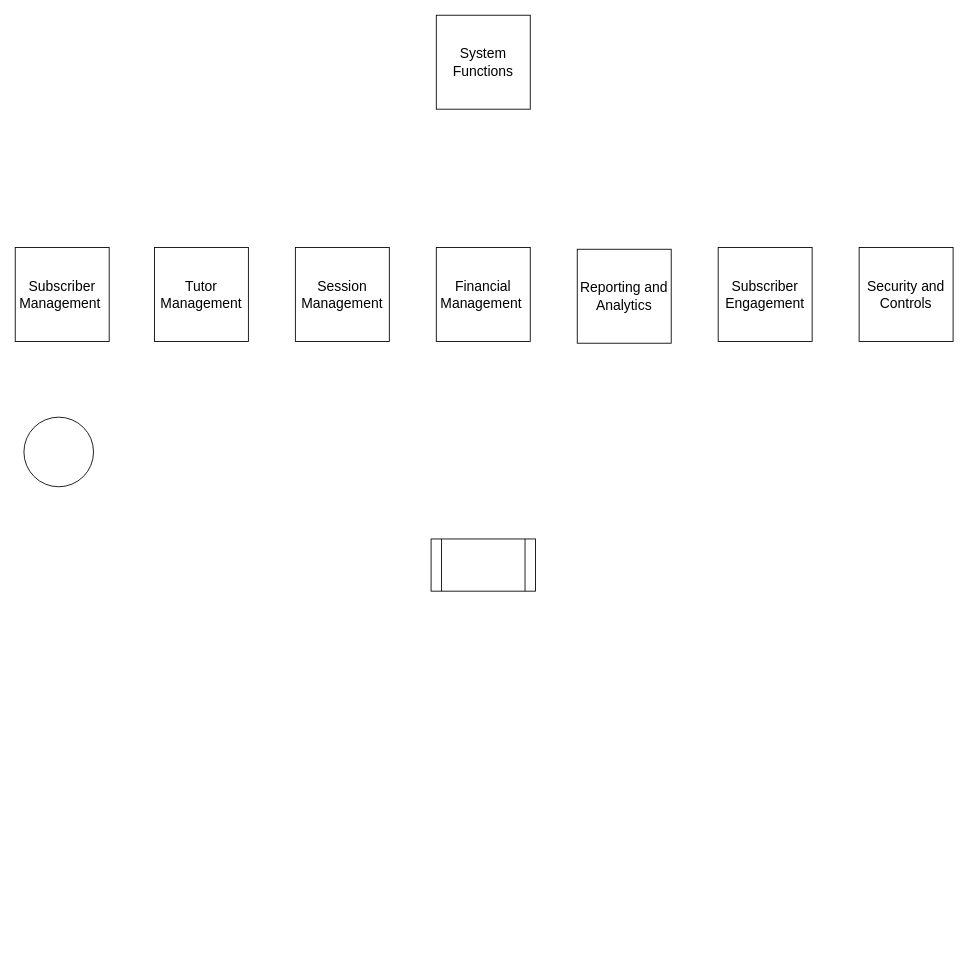
Above: page "Entries" (1 of 4) of Untitled Diagram.drawio in MarvellousO/CMSC-203 (draw.io), before the change. Source tidied: cells renumbered, new cells numbered last; positions are measured from the earlier drawing's top-left corner, leaving out a move shared by most shapes. Both pictures are drawn from the tidied source at 87%, with x=0, y=0 at pixel (15, 15).
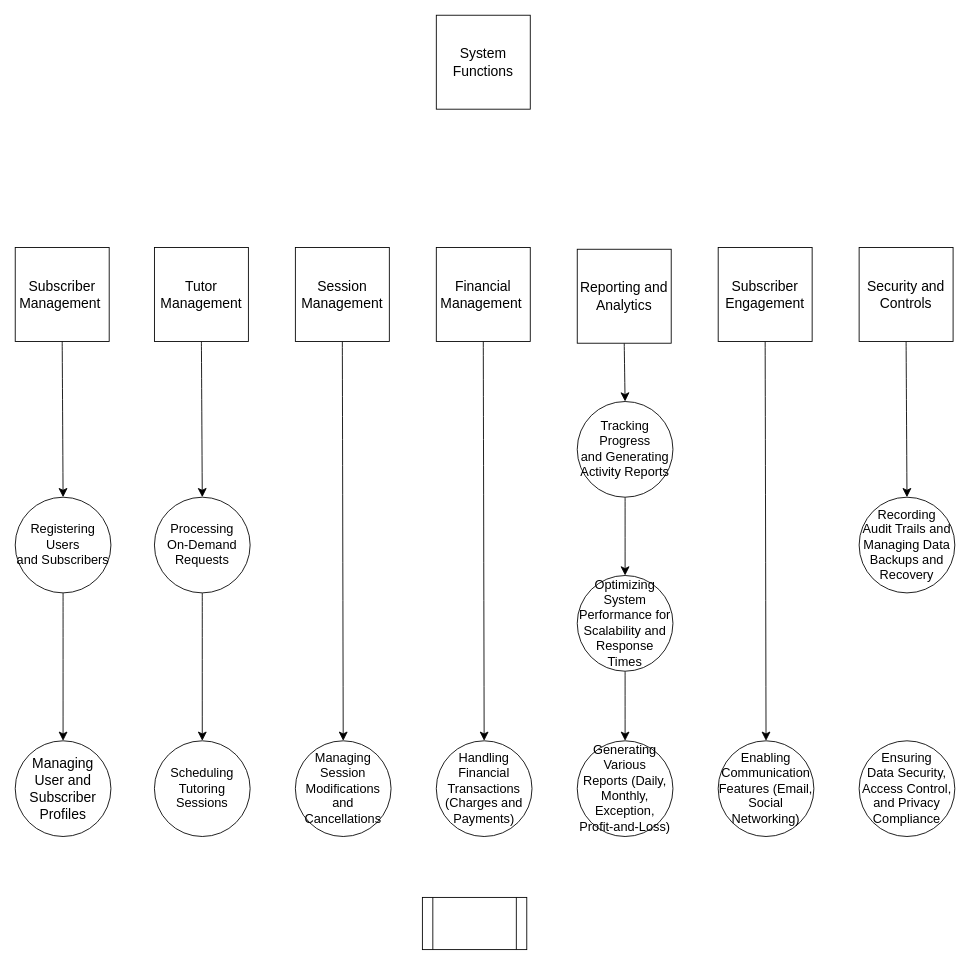
The same page after the edit.

The change refers to these unchanged cells:
```xml
<mxCell id="2" value="Subscriber Management&amp;nbsp;" style="whiteSpace=wrap;html=1;fontSize=16;" parent="1" vertex="1">
  <mxGeometry y="267" width="108" height="108" as="geometry" />
</mxCell>
<mxCell id="6" value="Financial Management&amp;nbsp;" style="whiteSpace=wrap;html=1;fontSize=16;" parent="1" vertex="1">
  <mxGeometry x="484" y="267" width="108" height="108" as="geometry" />
</mxCell>
<mxCell id="7" value="Tutor Management" style="whiteSpace=wrap;html=1;fontSize=16;" parent="1" vertex="1">
  <mxGeometry x="160" y="267" width="108" height="108" as="geometry" />
</mxCell>
<mxCell id="8" value="Session Management" style="whiteSpace=wrap;html=1;fontSize=16;" parent="1" vertex="1">
  <mxGeometry x="322" y="267" width="108" height="108" as="geometry" />
</mxCell>
<mxCell id="9" value="Reporting and Analytics" style="whiteSpace=wrap;html=1;fontSize=16;" parent="1" vertex="1">
  <mxGeometry x="646" y="269" width="108" height="108" as="geometry" />
</mxCell>
<mxCell id="10" value="Subscriber Engagement" style="whiteSpace=wrap;html=1;fontSize=16;" parent="1" vertex="1">
  <mxGeometry x="808" y="267" width="108" height="108" as="geometry" />
</mxCell>
<mxCell id="11" value="Security and Controls" style="whiteSpace=wrap;html=1;fontSize=16;" parent="1" vertex="1">
  <mxGeometry x="970" y="267" width="108" height="108" as="geometry" />
</mxCell>
```

The edit, as a diff of the source:
```diff
@@
+    <mxCell id="12" style="edgeStyle=none;curved=1;rounded=0;orthogonalLoop=1;jettySize=auto;html=1;exitX=0.5;exitY=1;exitDx=0;exitDy=0;fontSize=12;startSize=8;endSize=8;entryX=0.5;entryY=0;entryDx=0;entryDy=0;" parent="1" edge="1" source="35" target="35">
+      <mxGeometry relative="1" as="geometry" />
+    </mxCell>
@@
-    <mxCell id="3" style="ellipse;whiteSpace=wrap;html=1;fontSize=16;" parent="1" vertex="1">
-      <mxGeometry x="10" y="462" width="80" height="80" as="geometry" />
-    </mxCell>
     <mxCell id="4" style="shape=process;whiteSpace=wrap;html=1;backgroundOutline=1;fontSize=16;" parent="1" vertex="1">
-      <mxGeometry x="478" y="602" width="120" height="60" as="geometry" />
+      <mxGeometry x="468" y="1014" width="120" height="60" as="geometry" />
     </mxCell>
@@
+    <mxCell id="13" style="edgeStyle=none;curved=1;rounded=0;jettySize=auto;html=1;exitX=0.5;exitY=1;exitDx=0;exitDy=0;entryX=0.5;entryY=0;entryDx=0;entryDy=0;fontSize=12;startSize=8;endSize=8;" parent="1" edge="1" source="6" target="24">
+      <mxGeometry relative="1" as="geometry" />
+    </mxCell>
@@
+    <mxCell id="14" style="edgeStyle=none;curved=1;rounded=0;jettySize=auto;html=1;exitX=0.5;exitY=1;exitDx=0;exitDy=0;fontSize=12;startSize=8;endSize=8;entryX=0.5;entryY=0;entryDx=0;entryDy=0;" parent="1" edge="1" source="7" target="22">
+      <mxGeometry relative="1" as="geometry" />
+    </mxCell>
@@
+    <mxCell id="15" style="edgeStyle=none;curved=1;rounded=0;jettySize=auto;html=1;exitX=0.5;exitY=1;exitDx=0;exitDy=0;entryX=0.5;entryY=0;entryDx=0;entryDy=0;fontSize=12;startSize=8;endSize=8;" parent="1" edge="1" source="8" target="23">
+      <mxGeometry relative="1" as="geometry" />
+    </mxCell>
@@
+    <mxCell id="16" style="edgeStyle=none;curved=1;rounded=0;jettySize=auto;html=1;exitX=0.5;exitY=1;exitDx=0;exitDy=0;entryX=0.5;entryY=0;entryDx=0;entryDy=0;fontSize=12;startSize=8;endSize=8;" parent="1" edge="1" source="9" target="28">
+      <mxGeometry relative="1" as="geometry" />
+    </mxCell>
@@
+    <mxCell id="17" style="edgeStyle=none;curved=1;rounded=0;jettySize=auto;html=1;exitX=0.5;exitY=1;exitDx=0;exitDy=0;entryX=0.5;entryY=0;entryDx=0;entryDy=0;fontSize=12;startSize=8;endSize=8;" parent="1" edge="1" source="10" target="26">
+      <mxGeometry relative="1" as="geometry" />
+    </mxCell>
@@
+    <mxCell id="18" style="edgeStyle=none;curved=1;rounded=0;jettySize=auto;html=1;exitX=0.5;exitY=1;exitDx=0;exitDy=0;entryX=0.5;entryY=0;entryDx=0;entryDy=0;fontSize=12;startSize=8;endSize=8;" parent="1" edge="1" source="11" target="32">
+      <mxGeometry relative="1" as="geometry" />
+    </mxCell>
@@
+    <mxCell id="19" value="Managing&lt;br/&gt;User and Subscriber Profiles" style="ellipse;whiteSpace=wrap;html=1;fontSize=16;" parent="1" vertex="1">
+      <mxGeometry y="834" width="110" height="110" as="geometry" />
+    </mxCell>
+    <mxCell id="20" value="&lt;p style=&quot;margin:0in;font-family:Calibri;font-size:11.0pt&quot;&gt;Scheduling Tutoring&lt;br/&gt;Sessions&lt;/p&gt;" style="ellipse;whiteSpace=wrap;html=1;fontSize=16;" parent="1" vertex="1">
+      <mxGeometry x="160" y="834" width="110" height="110" as="geometry" />
+    </mxCell>
+    <mxCell id="21" style="edgeStyle=none;curved=1;rounded=0;jettySize=auto;html=1;exitX=0.5;exitY=1;exitDx=0;exitDy=0;entryX=0.5;entryY=0;entryDx=0;entryDy=0;fontSize=12;startSize=8;endSize=8;" parent="1" edge="1" source="22" target="20">
+      <mxGeometry relative="1" as="geometry" />
+    </mxCell>
+    <mxCell id="22" value="&lt;p style=&quot;margin:0in;font-family:Calibri;font-size:11.0pt&quot;&gt;Processing&lt;br/&gt;On-Demand Requests&lt;br&gt;&lt;/p&gt;" style="ellipse;whiteSpace=wrap;html=1;fontSize=16;" parent="1" vertex="1">
+      <mxGeometry x="160" y="554" width="110" height="110" as="geometry" />
+    </mxCell>
+    <mxCell id="23" value="&lt;p style=&quot;margin:0in;font-family:Calibri;font-size:11.0pt&quot;&gt;Managing Session&lt;br/&gt;Modifications and Cancellations&lt;/p&gt;" style="ellipse;whiteSpace=wrap;html=1;fontSize=16;" parent="1" vertex="1">
+      <mxGeometry x="322" y="834" width="110" height="110" as="geometry" />
+    </mxCell>
+    <mxCell id="24" value="&lt;p style=&quot;margin:0in;font-family:Calibri;font-size:11.0pt&quot;&gt;Handling Financial&lt;br/&gt;Transactions (Charges and Payments)&lt;/p&gt;" style="ellipse;whiteSpace=wrap;html=1;fontSize=16;" parent="1" vertex="1">
+      <mxGeometry x="484" y="834" width="110" height="110" as="geometry" />
+    </mxCell>
+    <mxCell id="25" value="&lt;p style=&quot;margin:0in;font-family:Calibri;font-size:11.0pt&quot;&gt;Generating Various&lt;br/&gt;Reports (Daily, Monthly, Exception, Profit-and-Loss)&lt;/p&gt;" style="ellipse;whiteSpace=wrap;html=1;fontSize=16;" parent="1" vertex="1">
+      <mxGeometry x="646" y="834" width="110" height="110" as="geometry" />
+    </mxCell>
+    <mxCell id="26" value="&lt;p style=&quot;margin:0in;font-family:Calibri;font-size:11.0pt&quot;&gt;Enabling&lt;br/&gt;Communication Features (Email, Social Networking)&lt;br&gt;&lt;/p&gt;" style="ellipse;whiteSpace=wrap;html=1;fontSize=16;" parent="1" vertex="1">
+      <mxGeometry x="808" y="834" width="110" height="110" as="geometry" />
+    </mxCell>
+    <mxCell id="27" style="edgeStyle=none;curved=1;rounded=0;jettySize=auto;html=1;exitX=0.5;exitY=1;exitDx=0;exitDy=0;entryX=0.5;entryY=0;entryDx=0;entryDy=0;fontSize=12;startSize=8;endSize=8;" parent="1" edge="1" source="28" target="30">
+      <mxGeometry relative="1" as="geometry" />
+    </mxCell>
+    <mxCell id="28" value="&lt;p style=&quot;margin:0in;font-family:Calibri;font-size:11.0pt&quot;&gt;Tracking Progress&lt;br/&gt;and Generating Activity Reports&lt;/p&gt;" style="ellipse;whiteSpace=wrap;html=1;fontSize=16;" parent="1" vertex="1">
+      <mxGeometry x="646" y="444" width="110" height="110" as="geometry" />
+    </mxCell>
+    <mxCell id="29" style="edgeStyle=none;curved=1;rounded=0;jettySize=auto;html=1;exitX=0.5;exitY=1;exitDx=0;exitDy=0;entryX=0.5;entryY=0;entryDx=0;entryDy=0;fontSize=12;startSize=8;endSize=8;" parent="1" edge="1" source="30" target="25">
+      <mxGeometry relative="1" as="geometry" />
+    </mxCell>
+    <mxCell id="30" value="&lt;p style=&quot;margin:0in;font-family:Calibri;font-size:11.0pt&quot;&gt;Optimizing System&lt;br/&gt;Performance for Scalability and Response Times&lt;/p&gt;" style="ellipse;whiteSpace=wrap;html=1;fontSize=16;" parent="1" vertex="1">
+      <mxGeometry x="646" y="644" width="110" height="110" as="geometry" />
+    </mxCell>
+    <mxCell id="31" value="&lt;p style=&quot;margin:0in;font-family:Calibri;font-size:11.0pt&quot;&gt;Ensuring&lt;br/&gt;Data Security, Access Control, and Privacy Compliance&lt;br&gt;&lt;/p&gt;" style="ellipse;whiteSpace=wrap;html=1;fontSize=16;" parent="1" vertex="1">
+      <mxGeometry x="970" y="834" width="110" height="110" as="geometry" />
+    </mxCell>
+    <mxCell id="32" value="&lt;p style=&quot;margin:0in;font-family:Calibri;font-size:11.0pt&quot;&gt;Recording&lt;br/&gt;Audit Trails and Managing Data Backups and Recovery&lt;br&gt;&lt;/p&gt;" style="ellipse;whiteSpace=wrap;html=1;fontSize=16;" parent="1" vertex="1">
+      <mxGeometry x="970" y="554" width="110" height="110" as="geometry" />
+    </mxCell>
+    <mxCell id="33" style="edgeStyle=none;curved=1;rounded=0;jettySize=auto;html=1;exitX=0.5;exitY=1;exitDx=0;exitDy=0;entryX=0.5;entryY=0;entryDx=0;entryDy=0;fontSize=12;startSize=8;endSize=8;" parent="1" edge="1" source="2" target="35">
+      <mxGeometry relative="1" as="geometry" />
+    </mxCell>
+    <mxCell id="34" style="edgeStyle=none;curved=1;rounded=0;jettySize=auto;html=1;exitX=0.5;exitY=1;exitDx=0;exitDy=0;entryX=0.5;entryY=0;entryDx=0;entryDy=0;fontSize=12;startSize=8;endSize=8;" parent="1" edge="1" source="35" target="19">
+      <mxGeometry relative="1" as="geometry" />
+    </mxCell>
+    <mxCell id="35" value="&lt;p style=&quot;margin:0in;font-family:Calibri;font-size:11.0pt&quot;&gt;Registering Users&lt;br/&gt;and Subscribers&lt;/p&gt;" style="ellipse;whiteSpace=wrap;html=1;fontSize=16;" parent="1" vertex="1">
+      <mxGeometry y="554" width="110" height="110" as="geometry" />
+    </mxCell>
```
